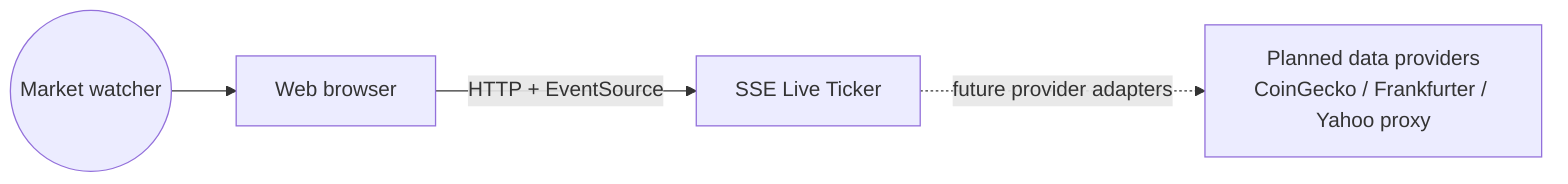
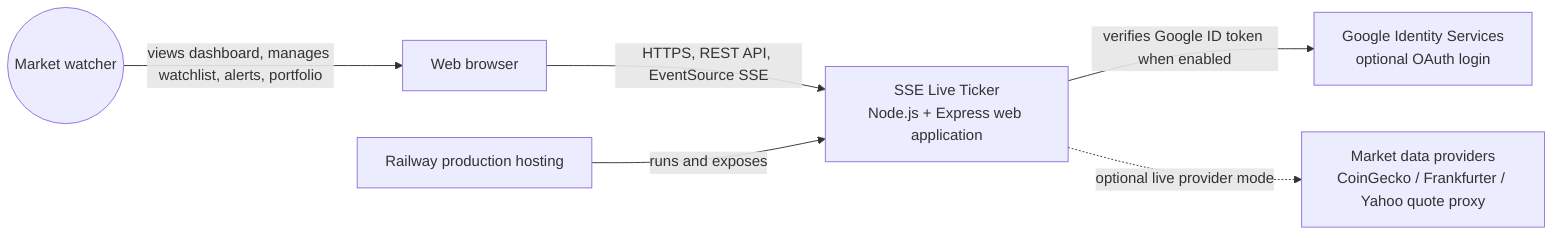
flowchart LR
    User(("Market watcher"))
-     System["SSE Live Ticker"]
    Browser["Web browser"]
-     Providers["Planned data providers<br/>CoinGecko / Frankfurter / Yahoo proxy"]
+     System["SSE Live Ticker\nNode.js + Express web application"]
+     Google["Google Identity Services\noptional OAuth login"]
+     Providers["Market data providers\nCoinGecko / Frankfurter / Yahoo quote proxy"]
+     Railway["Railway production hosting"]

-     User --> Browser
-     Browser -->|HTTP + EventSource| System
-     System -. future provider adapters .-> Providers
+     User -->|views dashboard, manages watchlist, alerts, portfolio| Browser
+     Browser -->|HTTPS, REST API, EventSource SSE| System
+     System -->|verifies Google ID token when enabled| Google
+     System -. optional live provider mode .-> Providers
+     Railway -->|runs and exposes| System
